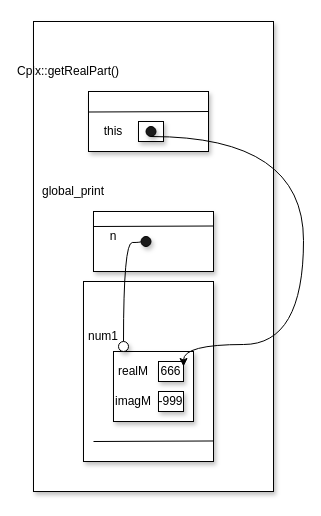
This is page "Ex_B_Point_2" (5 of 11) of ENSF_619_Lab3.drawio from ENSF-619/Lab_3, a draw.io file, before an edit. Source tidied: cells renumbered, new cells numbered last; positions are measured from the earlier drawing's top-left corner, leaving out a move shared by most shapes. Both pictures are drawn from the tidied source at 100%, with x=0, y=0 at pixel (33, 21).
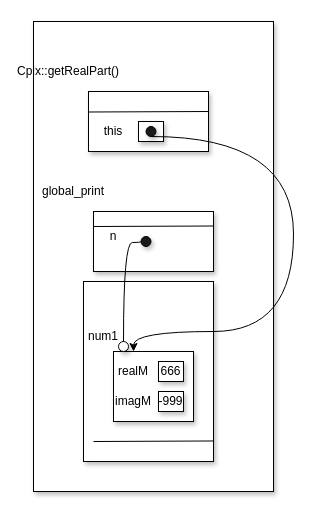
The same diagram, later.

The change refers to these unchanged cells:
```xml
<mxCell id="5" style="rounded=0;whiteSpace=wrap;html=1;shadow=1;strokeColor=#000000;fillColor=#ffffff;" parent="1" vertex="1">
  <mxGeometry x="80" y="330" width="80" height="70" as="geometry" />
</mxCell>
<mxCell id="10" value="666" style="rounded=0;whiteSpace=wrap;html=1;shadow=1;strokeColor=#000000;fillColor=#ffffff;" parent="1" vertex="1">
  <mxGeometry x="125" y="340" width="25" height="20" as="geometry" />
</mxCell>
<mxCell id="23" style="ellipse;whiteSpace=wrap;html=1;shadow=1;strokeColor=#000000;fillColor=#1A1A1A;" parent="1" vertex="1">
  <mxGeometry x="112.5" y="105" width="10" height="10" as="geometry" />
</mxCell>
```

What changed in the source:
```diff
@@
-    <mxCell id="22" style="edgeStyle=orthogonalEdgeStyle;curved=1;rounded=0;jettySize=auto;html=1;exitX=0.5;exitY=1;exitDx=0;exitDy=0;entryX=1;entryY=0.25;entryDx=0;entryDy=0;startArrow=none;startFill=0;endArrow=classic;endFill=1;strokeWidth=1;" parent="1" edge="1" source="23" target="10">
+    <mxCell id="22" style="edgeStyle=orthogonalEdgeStyle;curved=1;rounded=0;jettySize=auto;html=1;exitX=0.5;exitY=1;exitDx=0;exitDy=0;entryX=0.25;entryY=0;entryDx=0;entryDy=0;startArrow=none;startFill=0;endArrow=classic;endFill=1;strokeWidth=1;" parent="1" edge="1" source="23" target="5">
       <mxGeometry relative="1" as="geometry">
         <Array as="points">
-          <mxPoint x="270" y="115" />
-          <mxPoint x="270" y="323" />
-          <mxPoint x="150" y="323" />
+          <mxPoint x="260" y="115" />
+          <mxPoint x="260" y="310" />
+          <mxPoint x="100" y="310" />
         </Array>
       </mxGeometry>
     </mxCell>
```
